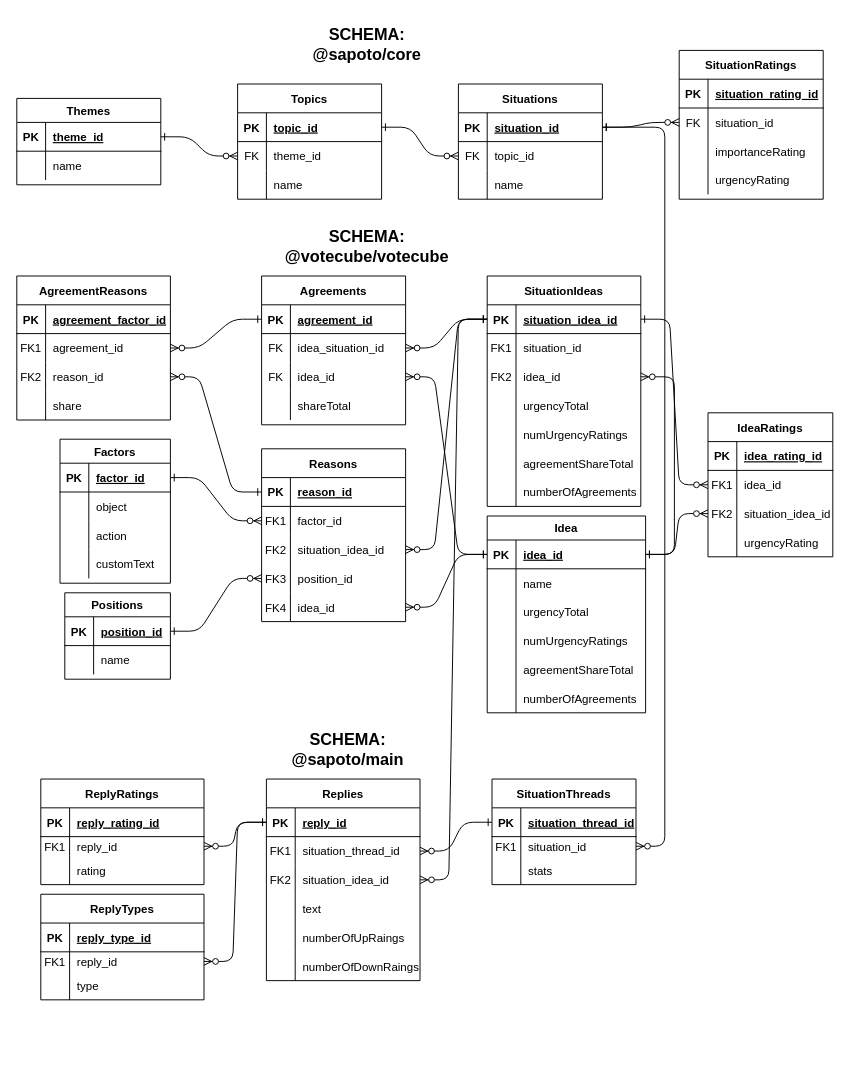
The draw.io diagram apps/entity-relationship-diagram.drawio in Past-The-War-Earth/sapoto.net, before the edit. Source tidied: cells renumbered, new cells numbered last; positions are measured from the earlier drawing's top-left corner, leaving out a move shared by most shapes. Both pictures are drawn from the tidied source at 96%, with x=0, y=0 at pixel (16, 26).
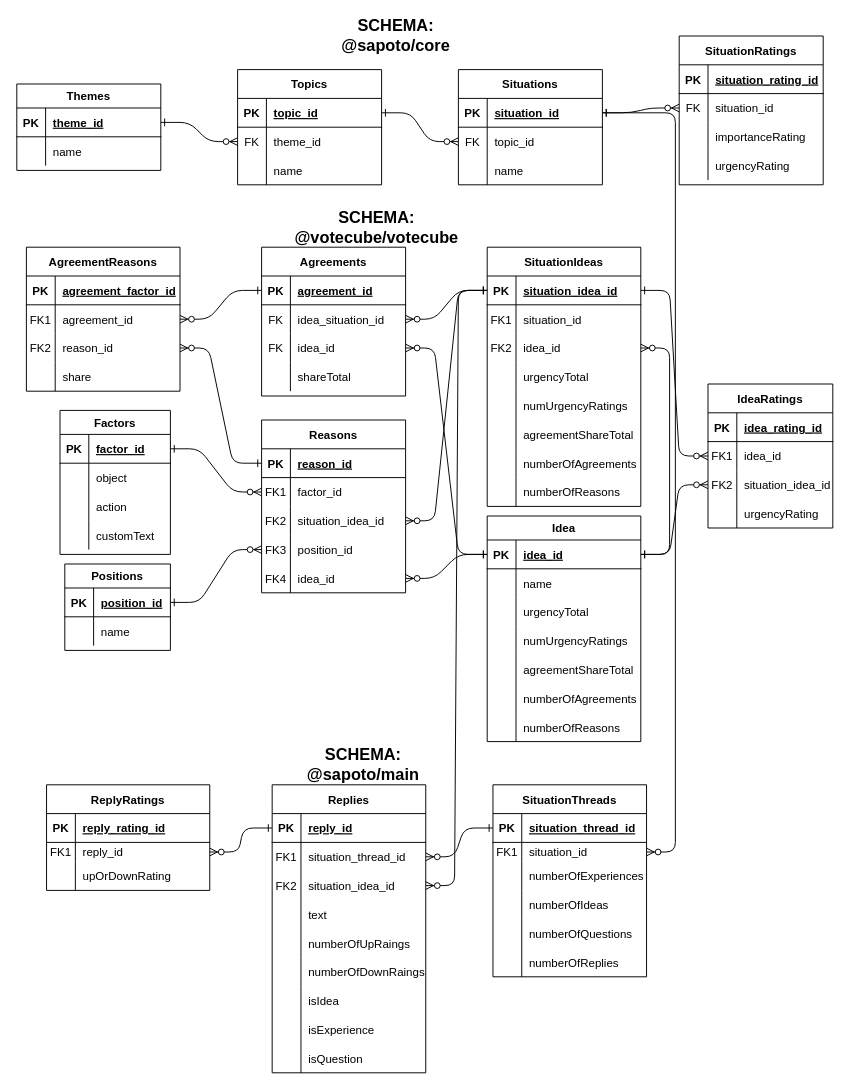
Above is the later version.

Unchanged cells that the change refers to:
```xml
<mxCell id="14" style="shape=partialRectangle;fillColor=none;points=[[0,0.5],[1,0.5]];portConstraint=eastwest;top=0;left=0;right=0;bottom=1;" parent="13" vertex="1">
  <mxGeometry y="30" width="160" height="30" as="geometry" />
</mxCell>
<mxCell id="194" style="shape=partialRectangle;fillColor=none;top=0;left=0;right=0;bottom=0;" parent="187" vertex="1">
  <mxGeometry y="80" width="170" height="30" as="geometry" />
</mxCell>
```

Change to the diagram source:
```diff
@@
     <mxCell id="3" value="SituationThreads" style="shape=table;startSize=30;childLayout=tableLayout;rowLines=0;fontStyle=1;align=center;" parent="1" vertex="1">
-      <mxGeometry x="495" y="784" width="150" height="110" as="geometry" />
+      <mxGeometry x="496" y="790" width="160" height="200" as="geometry" />
     </mxCell>
     <mxCell id="4" style="shape=partialRectangle;fillColor=none;points=[[0,0.5],[1,0.5]];portConstraint=eastwest;top=0;left=0;right=0;bottom=1;" parent="3" vertex="1">
-      <mxGeometry y="30" width="150" height="30" as="geometry" />
+      <mxGeometry y="30" width="160" height="30" as="geometry" />
     </mxCell>
@@
     <mxCell id="6" value="situation_thread_id" style="shape=partialRectangle;overflow=hidden;fillColor=none;top=0;left=0;bottom=0;right=0;align=left;spacingLeft=6;fontStyle=5;" parent="4" vertex="1">
-      <mxGeometry x="30" width="120" height="30" as="geometry" />
+      <mxGeometry x="30" width="130" height="30" as="geometry" />
     </mxCell>
     <mxCell id="7" style="shape=partialRectangle;fillColor=none;points=[[0,0.5],[1,0.5]];portConstraint=eastwest;top=0;left=0;right=0;bottom=0;" parent="3" vertex="1">
-      <mxGeometry y="60" width="150" height="20" as="geometry" />
+      <mxGeometry y="60" width="160" height="20" as="geometry" />
     </mxCell>
@@
     <mxCell id="9" value="situation_id" style="shape=partialRectangle;overflow=hidden;fillColor=none;top=0;left=0;bottom=0;right=0;align=left;spacingLeft=6;" parent="7" vertex="1">
-      <mxGeometry x="30" width="120" height="20" as="geometry" />
+      <mxGeometry x="30" width="130" height="20" as="geometry" />
     </mxCell>
     <mxCell id="10" style="shape=partialRectangle;fillColor=none;top=0;left=0;right=0;bottom=0;" parent="3" vertex="1">
-      <mxGeometry y="80" width="150" height="30" as="geometry" />
+      <mxGeometry y="80" width="160" height="30" as="geometry" />
     </mxCell>
@@
-    <mxCell id="12" value="stats" style="shape=partialRectangle;overflow=hidden;fillColor=none;top=0;left=0;bottom=0;right=0;align=left;spacingLeft=6;" parent="10" vertex="1">
-      <mxGeometry x="30" width="120" height="30" as="geometry" />
+    <mxCell id="12" value="numberOfExperiences" style="shape=partialRectangle;overflow=hidden;fillColor=none;top=0;left=0;bottom=0;right=0;align=left;spacingLeft=6;" parent="10" vertex="1">
+      <mxGeometry x="30" width="130" height="30" as="geometry" />
     </mxCell>
+    <mxCell id="229" style="shape=partialRectangle;fillColor=none;top=0;left=0;right=0;bottom=0;" parent="3" vertex="1">
+      <mxGeometry y="110" width="160" height="30" as="geometry" />
+    </mxCell>
+    <mxCell id="230" style="shape=partialRectangle;overflow=hidden;fillColor=none;top=0;left=0;bottom=0;right=0;" parent="229" vertex="1">
+      <mxGeometry width="30" height="30" as="geometry" />
+    </mxCell>
+    <mxCell id="231" value="numberOfIdeas" style="shape=partialRectangle;overflow=hidden;fillColor=none;top=0;left=0;bottom=0;right=0;align=left;spacingLeft=6;" parent="229" vertex="1">
+      <mxGeometry x="30" width="130" height="30" as="geometry" />
+    </mxCell>
+    <mxCell id="232" style="shape=partialRectangle;fillColor=none;top=0;left=0;right=0;bottom=0;" parent="3" vertex="1">
+      <mxGeometry y="140" width="160" height="30" as="geometry" />
+    </mxCell>
+    <mxCell id="233" style="shape=partialRectangle;overflow=hidden;fillColor=none;top=0;left=0;bottom=0;right=0;" parent="232" vertex="1">
+      <mxGeometry width="30" height="30" as="geometry" />
+    </mxCell>
+    <mxCell id="234" value="numberOfQuestions" style="shape=partialRectangle;overflow=hidden;fillColor=none;top=0;left=0;bottom=0;right=0;align=left;spacingLeft=6;" parent="232" vertex="1">
+      <mxGeometry x="30" width="130" height="30" as="geometry" />
+    </mxCell>
+    <mxCell id="235" style="shape=partialRectangle;fillColor=none;top=0;left=0;right=0;bottom=0;" parent="3" vertex="1">
+      <mxGeometry y="170" width="160" height="30" as="geometry" />
+    </mxCell>
+    <mxCell id="236" style="shape=partialRectangle;overflow=hidden;fillColor=none;top=0;left=0;bottom=0;right=0;" parent="235" vertex="1">
+      <mxGeometry width="30" height="30" as="geometry" />
+    </mxCell>
+    <mxCell id="237" value="numberOfReplies" style="shape=partialRectangle;overflow=hidden;fillColor=none;top=0;left=0;bottom=0;right=0;align=left;spacingLeft=6;" parent="235" vertex="1">
+      <mxGeometry x="30" width="130" height="30" as="geometry" />
+    </mxCell>
     <mxCell id="13" value="Replies" style="shape=table;startSize=30;childLayout=tableLayout;rowLines=0;fontStyle=1;align=center;" parent="1" vertex="1">
-      <mxGeometry x="260" y="784" width="160" height="210" as="geometry" />
+      <mxGeometry x="266" y="790" width="160" height="300" as="geometry" />
     </mxCell>
@@
+    <mxCell id="238" style="shape=partialRectangle;fillColor=none;top=0;left=0;right=0;bottom=0;" parent="13" vertex="1">
+      <mxGeometry y="210" width="160" height="30" as="geometry" />
+    </mxCell>
+    <mxCell id="239" style="shape=partialRectangle;overflow=hidden;fillColor=none;top=0;left=0;bottom=0;right=0;" parent="238" vertex="1">
+      <mxGeometry width="30" height="30" as="geometry" />
+    </mxCell>
+    <mxCell id="240" value="isIdea" style="shape=partialRectangle;overflow=hidden;fillColor=none;top=0;left=0;bottom=0;right=0;align=left;spacingLeft=6;" parent="238" vertex="1">
+      <mxGeometry x="30" width="130" height="30" as="geometry" />
+    </mxCell>
+    <mxCell id="241" style="shape=partialRectangle;fillColor=none;top=0;left=0;right=0;bottom=0;" parent="13" vertex="1">
+      <mxGeometry y="240" width="160" height="30" as="geometry" />
+    </mxCell>
+    <mxCell id="242" style="shape=partialRectangle;overflow=hidden;fillColor=none;top=0;left=0;bottom=0;right=0;" parent="241" vertex="1">
+      <mxGeometry width="30" height="30" as="geometry" />
+    </mxCell>
+    <mxCell id="243" value="isExperience" style="shape=partialRectangle;overflow=hidden;fillColor=none;top=0;left=0;bottom=0;right=0;align=left;spacingLeft=6;" parent="241" vertex="1">
+      <mxGeometry x="30" width="130" height="30" as="geometry" />
+    </mxCell>
+    <mxCell id="244" style="shape=partialRectangle;fillColor=none;top=0;left=0;right=0;bottom=0;" parent="13" vertex="1">
+      <mxGeometry y="270" width="160" height="30" as="geometry" />
+    </mxCell>
+    <mxCell id="245" style="shape=partialRectangle;overflow=hidden;fillColor=none;top=0;left=0;bottom=0;right=0;" parent="244" vertex="1">
+      <mxGeometry width="30" height="30" as="geometry" />
+    </mxCell>
+    <mxCell id="246" value="isQuestion" style="shape=partialRectangle;overflow=hidden;fillColor=none;top=0;left=0;bottom=0;right=0;align=left;spacingLeft=6;" parent="244" vertex="1">
+      <mxGeometry x="30" width="130" height="30" as="geometry" />
+    </mxCell>
     <mxCell id="32" value="Situations" style="shape=table;startSize=30;childLayout=tableLayout;rowLines=0;fontStyle=1;align=center;" parent="1" vertex="1">
-      <mxGeometry x="460" y="60" width="150" height="120" as="geometry" />
+      <mxGeometry x="460" y="45" width="150" height="120" as="geometry" />
     </mxCell>
@@
     <mxCell id="42" value="SituationIdeas" style="shape=table;startSize=30;childLayout=tableLayout;rowLines=0;fontStyle=1;align=center;" parent="1" vertex="1">
-      <mxGeometry x="490" y="260" width="160" height="240" as="geometry" />
+      <mxGeometry x="490" y="230" width="160" height="270" as="geometry" />
     </mxCell>
@@
+    <mxCell id="247" style="shape=partialRectangle;fillColor=none;top=0;left=0;right=0;bottom=0;" parent="42" vertex="1">
+      <mxGeometry y="240" width="160" height="30" as="geometry" />
+    </mxCell>
+    <mxCell id="248" style="shape=partialRectangle;overflow=hidden;fillColor=none;top=0;left=0;bottom=0;right=0;" parent="247" vertex="1">
+      <mxGeometry width="30" height="30" as="geometry" />
+    </mxCell>
+    <mxCell id="249" value="numberOfReasons" style="shape=partialRectangle;overflow=hidden;fillColor=none;top=0;left=0;bottom=0;right=0;align=left;spacingLeft=6;" parent="247" vertex="1">
+      <mxGeometry x="30" width="130" height="30" as="geometry" />
+    </mxCell>
     <mxCell id="64" value="Topics" style="shape=table;startSize=30;childLayout=tableLayout;rowLines=0;fontStyle=1;align=center;" parent="1" vertex="1">
-      <mxGeometry x="230" y="60" width="150" height="120" as="geometry" />
+      <mxGeometry x="230" y="45" width="150" height="120" as="geometry" />
     </mxCell>
@@
     <mxCell id="74" value="Themes" style="shape=table;startSize=25;childLayout=tableLayout;rowLines=0;fontStyle=1;align=center;" parent="1" vertex="1">
-      <mxGeometry y="75" width="150" height="90" as="geometry" />
+      <mxGeometry y="60" width="150" height="90" as="geometry" />
     </mxCell>
@@
     <mxCell id="83" value="SituationRatings" style="shape=table;startSize=30;childLayout=tableLayout;rowLines=0;fontStyle=1;align=center;" parent="1" vertex="1">
-      <mxGeometry x="690" y="25" width="150" height="155" as="geometry" />
+      <mxGeometry x="690" y="10" width="150" height="155" as="geometry" />
     </mxCell>
@@
     <mxCell id="97" value="Idea" style="shape=table;startSize=25;childLayout=tableLayout;rowLines=0;fontStyle=1;align=center;" parent="1" vertex="1">
-      <mxGeometry x="490" y="510" width="165" height="205" as="geometry" />
+      <mxGeometry x="490" y="510" width="160" height="235" as="geometry" />
     </mxCell>
     <mxCell id="98" style="shape=partialRectangle;fillColor=none;points=[[0,0.5],[1,0.5]];portConstraint=eastwest;top=0;left=0;right=0;bottom=1;" parent="97" vertex="1">
-      <mxGeometry y="25" width="165" height="30" as="geometry" />
+      <mxGeometry y="25" width="160" height="30" as="geometry" />
     </mxCell>
@@
     <mxCell id="100" value="idea_id" style="shape=partialRectangle;overflow=hidden;fillColor=none;top=0;left=0;bottom=0;right=0;align=left;spacingLeft=6;fontStyle=5;" parent="98" vertex="1">
-      <mxGeometry x="30" width="135" height="30" as="geometry" />
+      <mxGeometry x="30" width="130" height="30" as="geometry" />
     </mxCell>
     <mxCell id="101" style="shape=partialRectangle;fillColor=none;top=0;left=0;right=0;bottom=0;" parent="97" vertex="1">
-      <mxGeometry y="55" width="165" height="30" as="geometry" />
+      <mxGeometry y="55" width="160" height="30" as="geometry" />
     </mxCell>
@@
     <mxCell id="103" value="name" style="shape=partialRectangle;overflow=hidden;fillColor=none;top=0;left=0;bottom=0;right=0;align=left;spacingLeft=6;" parent="101" vertex="1">
-      <mxGeometry x="30" width="135" height="30" as="geometry" />
+      <mxGeometry x="30" width="130" height="30" as="geometry" />
     </mxCell>
     <mxCell id="104" style="shape=partialRectangle;fillColor=none;top=0;left=0;right=0;bottom=0;" parent="97" vertex="1">
-      <mxGeometry y="85" width="165" height="30" as="geometry" />
+      <mxGeometry y="85" width="160" height="30" as="geometry" />
     </mxCell>
@@
     <mxCell id="106" value="urgencyTotal" style="shape=partialRectangle;overflow=hidden;fillColor=none;top=0;left=0;bottom=0;right=0;align=left;spacingLeft=6;" parent="104" vertex="1">
-      <mxGeometry x="30" width="135" height="30" as="geometry" />
+      <mxGeometry x="30" width="130" height="30" as="geometry" />
     </mxCell>
     <mxCell id="107" style="shape=partialRectangle;fillColor=none;top=0;left=0;right=0;bottom=0;" parent="97" vertex="1">
-      <mxGeometry y="115" width="165" height="30" as="geometry" />
+      <mxGeometry y="115" width="160" height="30" as="geometry" />
     </mxCell>
@@
     <mxCell id="109" value="numUrgencyRatings" style="shape=partialRectangle;overflow=hidden;fillColor=none;top=0;left=0;bottom=0;right=0;align=left;spacingLeft=6;" parent="107" vertex="1">
-      <mxGeometry x="30" width="135" height="30" as="geometry" />
+      <mxGeometry x="30" width="130" height="30" as="geometry" />
     </mxCell>
     <mxCell id="110" style="shape=partialRectangle;fillColor=none;top=0;left=0;right=0;bottom=0;" parent="97" vertex="1">
-      <mxGeometry y="145" width="165" height="30" as="geometry" />
+      <mxGeometry y="145" width="160" height="30" as="geometry" />
     </mxCell>
@@
     <mxCell id="112" value="agreementShareTotal" style="shape=partialRectangle;overflow=hidden;fillColor=none;top=0;left=0;bottom=0;right=0;align=left;spacingLeft=6;" parent="110" vertex="1">
-      <mxGeometry x="30" width="135" height="30" as="geometry" />
+      <mxGeometry x="30" width="130" height="30" as="geometry" />
     </mxCell>
     <mxCell id="113" style="shape=partialRectangle;fillColor=none;top=0;left=0;right=0;bottom=0;" parent="97" vertex="1">
-      <mxGeometry y="175" width="165" height="30" as="geometry" />
+      <mxGeometry y="175" width="160" height="30" as="geometry" />
     </mxCell>
@@
     <mxCell id="115" value="numberOfAgreements" style="shape=partialRectangle;overflow=hidden;fillColor=none;top=0;left=0;bottom=0;right=0;align=left;spacingLeft=6;" parent="113" vertex="1">
-      <mxGeometry x="30" width="135" height="30" as="geometry" />
+      <mxGeometry x="30" width="130" height="30" as="geometry" />
     </mxCell>
+    <mxCell id="250" style="shape=partialRectangle;fillColor=none;top=0;left=0;right=0;bottom=0;" parent="97" vertex="1">
+      <mxGeometry y="205" width="160" height="30" as="geometry" />
+    </mxCell>
+    <mxCell id="251" style="shape=partialRectangle;overflow=hidden;fillColor=none;top=0;left=0;bottom=0;right=0;" parent="250" vertex="1">
+      <mxGeometry width="30" height="30" as="geometry" />
+    </mxCell>
+    <mxCell id="252" value="numberOfReasons" style="shape=partialRectangle;overflow=hidden;fillColor=none;top=0;left=0;bottom=0;right=0;align=left;spacingLeft=6;" parent="250" vertex="1">
+      <mxGeometry x="30" width="130" height="30" as="geometry" />
+    </mxCell>
@@
     <mxCell id="117" value="Agreements" style="shape=table;startSize=30;childLayout=tableLayout;rowLines=0;fontStyle=1;align=center;" parent="1" vertex="1">
-      <mxGeometry x="255" y="260" width="150" height="155" as="geometry" />
+      <mxGeometry x="255" y="230" width="150" height="155" as="geometry" />
     </mxCell>
@@
     <mxCell id="131" value="AgreementReasons" style="shape=table;startSize=30;childLayout=tableLayout;rowLines=0;fontStyle=1;align=center;" parent="1" vertex="1">
-      <mxGeometry y="260" width="160" height="150" as="geometry" />
+      <mxGeometry x="10" y="230" width="160" height="150" as="geometry" />
     </mxCell>
@@
     <mxCell id="145" value="Reasons" style="shape=table;startSize=30;childLayout=tableLayout;rowLines=0;fontStyle=1;align=center;" parent="1" vertex="1">
-      <mxGeometry x="255" y="440" width="150" height="180" as="geometry" />
+      <mxGeometry x="255" y="410" width="150" height="180" as="geometry" />
     </mxCell>
@@
     <mxCell id="162" value="Factors" style="shape=table;startSize=25;childLayout=tableLayout;rowLines=0;fontStyle=1;align=center;" parent="1" vertex="1">
-      <mxGeometry x="45" y="430" width="115" height="150" as="geometry" />
+      <mxGeometry x="45" y="400" width="115" height="150" as="geometry" />
     </mxCell>
@@
     <mxCell id="176" value="Positions" style="shape=table;startSize=25;childLayout=tableLayout;rowLines=0;fontStyle=1;align=center;" parent="1" vertex="1">
-      <mxGeometry x="50" y="590" width="110" height="90" as="geometry" />
+      <mxGeometry x="50" y="560" width="110" height="90" as="geometry" />
     </mxCell>
@@
     <mxCell id="187" value="ReplyRatings" style="shape=table;startSize=30;childLayout=tableLayout;rowLines=0;fontStyle=1;align=center;" parent="1" vertex="1">
-      <mxGeometry x="25" y="784" width="170" height="110" as="geometry" />
+      <mxGeometry x="31" y="790" width="170" height="110" as="geometry" />
     </mxCell>
@@
-    <mxCell id="196" value="rating" style="shape=partialRectangle;overflow=hidden;fillColor=none;top=0;left=0;bottom=0;right=0;align=left;spacingLeft=6;" parent="194" vertex="1">
+    <mxCell id="196" value="upOrDownRating" style="shape=partialRectangle;overflow=hidden;fillColor=none;top=0;left=0;bottom=0;right=0;align=left;spacingLeft=6;" parent="194" vertex="1">
       <mxGeometry x="30" width="140" height="30" as="geometry" />
     </mxCell>
@@
-    <mxCell id="198" value="ReplyTypes" style="shape=table;startSize=30;childLayout=tableLayout;rowLines=0;fontStyle=1;align=center;" parent="1" vertex="1">
-      <mxGeometry x="25" y="904" width="170" height="110" as="geometry" />
-    </mxCell>
-    <mxCell id="199" style="shape=partialRectangle;fillColor=none;top=0;left=0;right=0;bottom=1;" parent="198" vertex="1">
-      <mxGeometry y="30" width="170" height="30" as="geometry" />
-    </mxCell>
-    <mxCell id="200" value="PK" style="shape=partialRectangle;overflow=hidden;fillColor=none;top=0;left=0;bottom=0;right=0;fontStyle=1;" parent="199" vertex="1">
-      <mxGeometry width="30" height="30" as="geometry" />
-    </mxCell>
-    <mxCell id="201" value="reply_type_id" style="shape=partialRectangle;overflow=hidden;fillColor=none;top=0;left=0;bottom=0;right=0;align=left;spacingLeft=6;fontStyle=5;" parent="199" vertex="1">
-      <mxGeometry x="30" width="140" height="30" as="geometry" />
-    </mxCell>
-    <mxCell id="202" style="shape=partialRectangle;fillColor=none;points=[[0,0.5],[1,0.5]];portConstraint=eastwest;top=0;left=0;right=0;bottom=0;" parent="198" vertex="1">
-      <mxGeometry y="60" width="170" height="20" as="geometry" />
-    </mxCell>
-    <mxCell id="203" value="FK1" style="shape=partialRectangle;overflow=hidden;fillColor=none;top=0;left=0;bottom=0;right=0;" parent="202" vertex="1">
-      <mxGeometry width="30" height="20" as="geometry" />
-    </mxCell>
-    <mxCell id="204" value="reply_id" style="shape=partialRectangle;overflow=hidden;fillColor=none;top=0;left=0;bottom=0;right=0;align=left;spacingLeft=6;" parent="202" vertex="1">
-      <mxGeometry x="30" width="140" height="20" as="geometry" />
-    </mxCell>
-    <mxCell id="205" style="shape=partialRectangle;fillColor=none;top=0;left=0;right=0;bottom=0;" parent="198" vertex="1">
-      <mxGeometry y="80" width="170" height="30" as="geometry" />
-    </mxCell>
-    <mxCell id="206" style="shape=partialRectangle;overflow=hidden;fillColor=none;top=0;left=0;bottom=0;right=0;" parent="205" vertex="1">
-      <mxGeometry width="30" height="30" as="geometry" />
-    </mxCell>
-    <mxCell id="207" value="type" style="shape=partialRectangle;overflow=hidden;fillColor=none;top=0;left=0;bottom=0;right=0;align=left;spacingLeft=6;" parent="205" vertex="1">
-      <mxGeometry x="30" width="140" height="30" as="geometry" />
-    </mxCell>
-    <mxCell id="208" style="edgeStyle=entityRelationEdgeStyle;endArrow=ERzeroToMany;startArrow=ERone;endFill=1;startFill=0;" parent="1" edge="1" source="14" target="202">
-      <mxGeometry relative="1" as="geometry" />
-    </mxCell>
     <mxCell id="209" value="SCHEMA: @votecube/votecube" style="text;html=1;strokeColor=none;fillColor=none;align=center;verticalAlign=middle;whiteSpace=wrap;rounded=0;fontStyle=1;fontSize=17;" parent="1" vertex="1">
-      <mxGeometry x="280" y="210" width="170" height="40" as="geometry" />
+      <mxGeometry x="290" y="190" width="170" height="40" as="geometry" />
     </mxCell>
     <mxCell id="210" value="SCHEMA: @sapoto/core" style="text;html=1;strokeColor=none;fillColor=none;align=center;verticalAlign=middle;whiteSpace=wrap;rounded=0;fontStyle=1;fontSize=17;" parent="1" vertex="1">
-      <mxGeometry x="280" width="170" height="40" as="geometry" />
+      <mxGeometry x="310" y="-10" width="170" height="40" as="geometry" />
     </mxCell>
     <mxCell id="211" value="SCHEMA: @sapoto/main" style="text;html=1;strokeColor=none;fillColor=none;align=center;verticalAlign=middle;whiteSpace=wrap;rounded=0;fontStyle=1;fontSize=17;" parent="1" vertex="1">
-      <mxGeometry x="260" y="734" width="170" height="40" as="geometry" />
+      <mxGeometry x="276" y="750" width="170" height="40" as="geometry" />
     </mxCell>
     <mxCell id="212" value="IdeaRatings" style="shape=table;startSize=30;childLayout=tableLayout;rowLines=0;fontStyle=1;align=center;" parent="1" vertex="1">
-      <mxGeometry x="720" y="402.5" width="130" height="150" as="geometry" />
+      <mxGeometry x="720" y="372.5" width="130" height="150" as="geometry" />
     </mxCell>
```
